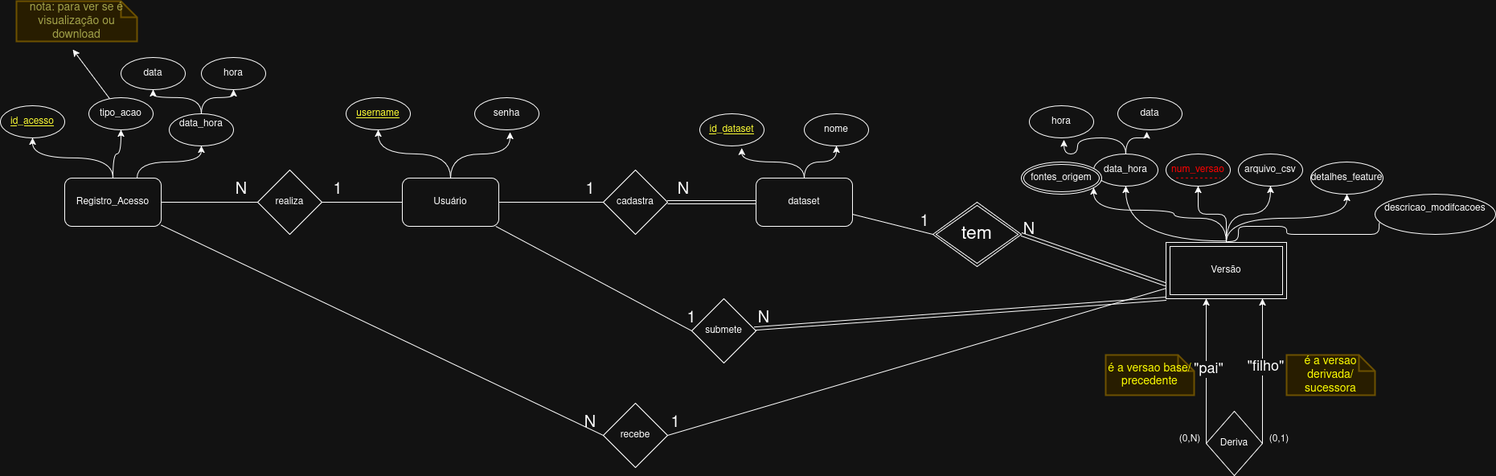
Earlier version of the draw.io export docs/Diagrama_ER_ProjetoFeatureStore.png (NicohOliveira/db-project-feature-store). Source tidied: cells renumbered, new cells last; positions are measured from the earlier drawing's top-left corner, leaving out a move shared by most shapes.
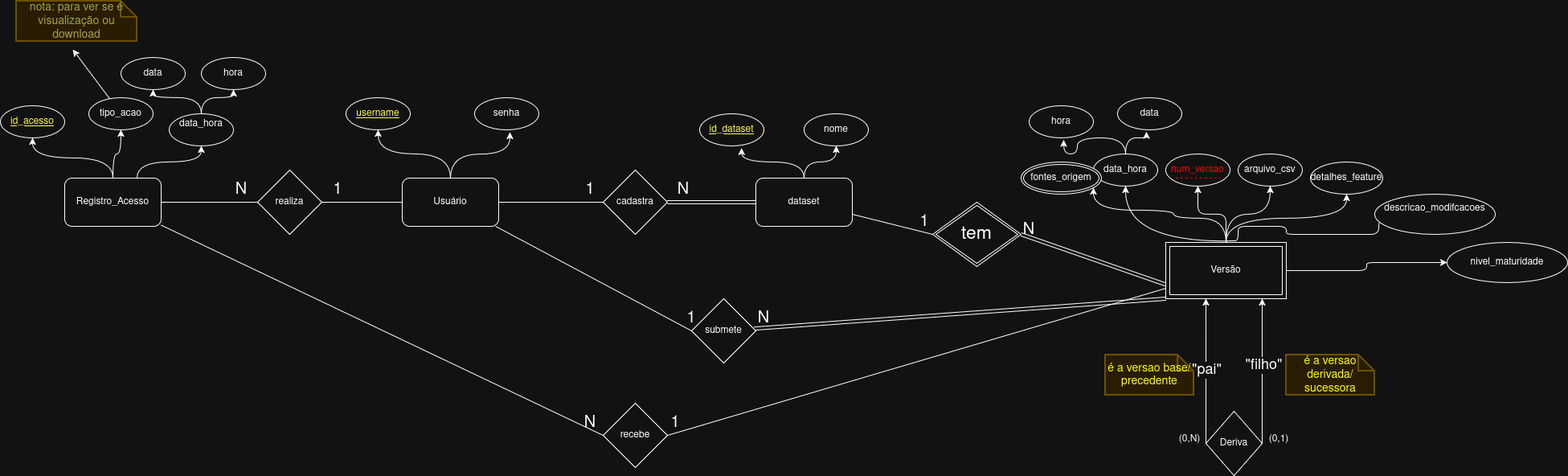
The same file after the commit.

Commit message:
docs: adiciona atributo nivel_maturidade nos diagramas

What changed in the source:
```diff
@@ -103,6 +103,9 @@
     <mxCell id="29" style="rounded=0;jettySize=auto;html=1;entryX=1;entryY=0.5;entryDx=0;entryDy=0;endArrow=none;endFill=0;" parent="1" edge="1" source="30" target="73">
       <mxGeometry relative="1" as="geometry" />
     </mxCell>
+    <mxCell id="77" style="edgeStyle=orthogonalEdgeStyle;rounded=1;jettySize=auto;html=1;curved=0;entryX=0;entryY=0.5;entryDx=0;entryDy=0;" parent="1" edge="1" source="30" target="78">
+      <mxGeometry relative="1" as="geometry" />
+    </mxCell>
     <mxCell id="30" value="Versão" style="shape=ext;margin=3;double=1;whiteSpace=wrap;html=1;align=center;" parent="1" vertex="1">
       <mxGeometry x="1450" y="300" width="150" height="70" as="geometry" />
     </mxCell>
@@ -260,5 +263,8 @@
     <mxCell id="76" value="nota: para ver se é visualização ou download" style="shape=note;strokeWidth=2;fontSize=14;size=20;whiteSpace=wrap;html=1;fillColor=#fff2cc;strokeColor=#d6b656;fontColor=#666600;" parent="1" vertex="1">
       <mxGeometry x="20" width="150" height="50" as="geometry" />
     </mxCell>
+    <mxCell id="78" value="nivel_maturidade" style="ellipse;whiteSpace=wrap;html=1;fontStyle=0;" parent="1" vertex="1">
+      <mxGeometry x="1800" y="300" width="150" height="50" as="geometry" />
+    </mxCell>
   </root>
 </mxGraphModel>
```
